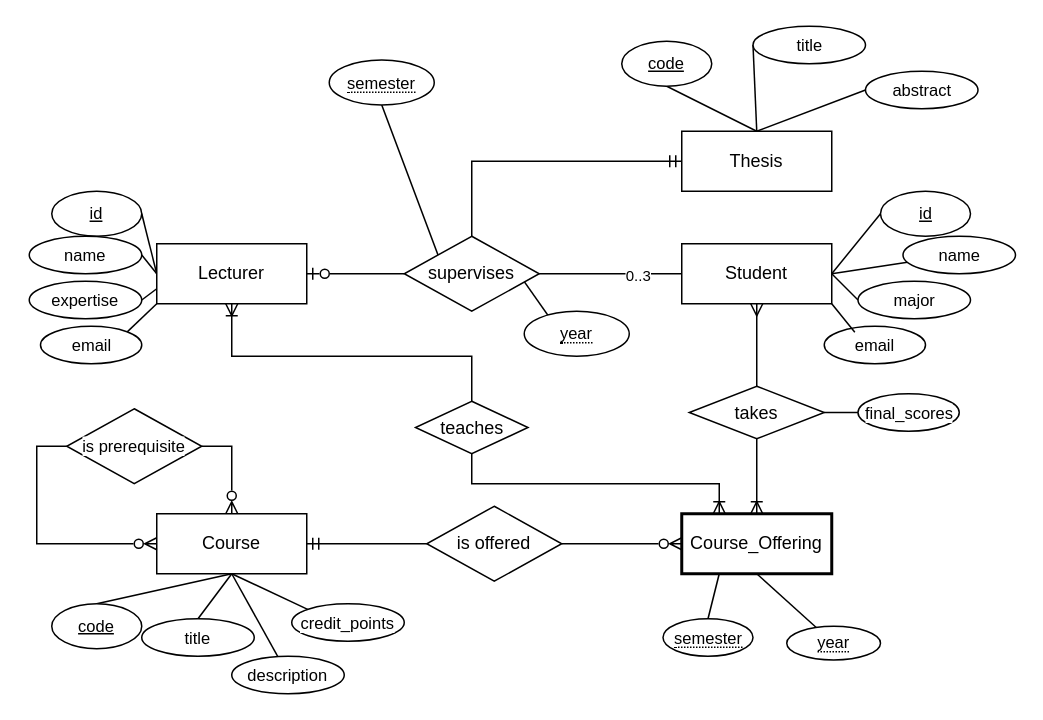
The draw.io diagram ERD/A3-Quiz2-ERD1.drawio in tuanrmit/ISYS3414, before the edit. Source tidied: cells renumbered, new cells numbered last; positions are measured from the earlier drawing's top-left corner, leaving out a move shared by most shapes. Both pictures are drawn from the tidied source at 150%, with x=0, y=0 at pixel (28, 26).
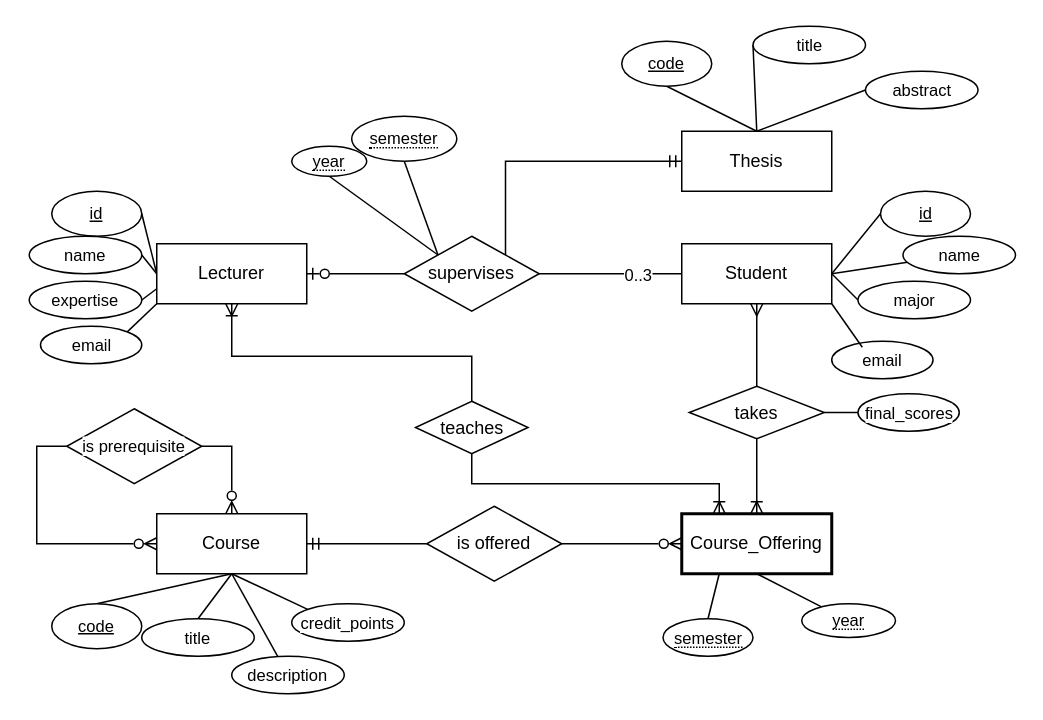
Above is the later version.

Unchanged cells that the change refers to:
```xml
<mxCell id="40" style="edgeStyle=none;shape=connector;rounded=0;jettySize=auto;html=1;entryX=0;entryY=0.5;entryDx=0;entryDy=0;strokeColor=default;align=center;verticalAlign=middle;fontFamily=Helvetica;fontSize=11;fontColor=default;labelBackgroundColor=default;endArrow=none;endFill=0;" parent="1" edge="1" source="44" target="13">
  <mxGeometry relative="1" as="geometry" />
</mxCell>
<mxCell id="44" value="supervises" style="shape=rhombus;perimeter=rhombusPerimeter;whiteSpace=wrap;html=1;align=center;" parent="1" vertex="1">
  <mxGeometry x="250" y="140" width="90" height="50" as="geometry" />
</mxCell>
<mxCell id="50" value="Thesis" style="whiteSpace=wrap;html=1;align=center;" parent="1" vertex="1">
  <mxGeometry x="435" y="70" width="100" height="40" as="geometry" />
</mxCell>
```

Diff of the diagram source:
```diff
@@
     <mxCell id="36" value="&lt;span style=&quot;border-bottom: 1px dotted&quot;&gt;year&lt;/span&gt;" style="ellipse;whiteSpace=wrap;html=1;align=center;fontFamily=Helvetica;fontSize=11;fontColor=default;labelBackgroundColor=default;" parent="1" vertex="1">
-      <mxGeometry x="505" y="400" width="62.5" height="22.5" as="geometry" />
+      <mxGeometry x="515" y="385" width="62.5" height="22.5" as="geometry" />
     </mxCell>
@@
-    <mxCell id="41" value="&lt;font&gt;0..3&lt;/font&gt;" style="edgeLabel;html=1;align=center;verticalAlign=middle;fontFamily=Helvetica;fontSize=10;fontColor=default;labelBackgroundColor=default;" parent="40" vertex="1">
+    <mxCell id="41" value="&lt;font&gt;0..3&lt;/font&gt;" style="edgeLabel;html=1;align=center;verticalAlign=middle;fontFamily=Helvetica;fontSize=11;fontColor=default;labelBackgroundColor=default;" parent="40" vertex="1">
       <mxGeometry x="0.71" y="-1" relative="1" as="geometry">
         <mxPoint x="-16" y="-1" as="offset" />
       </mxGeometry>
     </mxCell>
@@
-    <mxCell id="43" style="edgeStyle=none;shape=connector;rounded=0;jettySize=auto;html=1;exitX=1;exitY=0;exitDx=0;exitDy=0;entryX=0.5;entryY=1;entryDx=0;entryDy=0;strokeColor=default;align=center;verticalAlign=middle;fontFamily=Helvetica;fontSize=11;fontColor=default;labelBackgroundColor=default;endArrow=none;endFill=0;" parent="1" edge="1" source="44" target="46">
+    <mxCell id="43" style="edgeStyle=none;shape=connector;rounded=0;jettySize=auto;html=1;exitX=0;exitY=0;exitDx=0;exitDy=0;entryX=0.5;entryY=1;entryDx=0;entryDy=0;strokeColor=default;align=center;verticalAlign=middle;fontFamily=Helvetica;fontSize=11;fontColor=default;labelBackgroundColor=default;endArrow=none;endFill=0;" parent="1" edge="1" source="44" target="46">
       <mxGeometry relative="1" as="geometry" />
     </mxCell>
@@
     <mxCell id="45" value="&lt;span style=&quot;border-bottom: 1px dotted&quot;&gt;semester&lt;/span&gt;" style="ellipse;whiteSpace=wrap;html=1;align=center;fontFamily=Helvetica;fontSize=11;fontColor=default;labelBackgroundColor=default;" parent="1" vertex="1">
-      <mxGeometry x="200" y="22.5" width="70" height="30" as="geometry" />
+      <mxGeometry x="215" y="60" width="70" height="30" as="geometry" />
     </mxCell>
     <mxCell id="46" value="&lt;span style=&quot;border-bottom: 1px dotted&quot;&gt;year&lt;/span&gt;" style="ellipse;whiteSpace=wrap;html=1;align=center;fontFamily=Helvetica;fontSize=11;fontColor=default;labelBackgroundColor=default;" parent="1" vertex="1">
-      <mxGeometry x="330" y="190" width="70" height="30" as="geometry" />
+      <mxGeometry x="175" y="80" width="50" height="20" as="geometry" />
     </mxCell>
-    <mxCell id="47" style="edgeStyle=orthogonalEdgeStyle;shape=connector;rounded=0;jettySize=auto;html=1;exitX=0;exitY=0.5;exitDx=0;exitDy=0;entryX=0.5;entryY=0;entryDx=0;entryDy=0;strokeColor=default;align=center;verticalAlign=middle;fontFamily=Helvetica;fontSize=11;fontColor=default;labelBackgroundColor=default;endArrow=none;endFill=0;startArrow=ERmandOne;startFill=0;" parent="1" edge="1" source="50" target="44">
+    <mxCell id="47" style="edgeStyle=orthogonalEdgeStyle;shape=connector;rounded=0;jettySize=auto;html=1;exitX=0;exitY=0.5;exitDx=0;exitDy=0;entryX=1;entryY=0;entryDx=0;entryDy=0;strokeColor=default;align=center;verticalAlign=middle;fontFamily=Helvetica;fontSize=11;fontColor=default;labelBackgroundColor=default;endArrow=none;endFill=0;startArrow=ERmandOne;startFill=0;" parent="1" edge="1" source="50" target="44">
       <mxGeometry relative="1" as="geometry" />
     </mxCell>
@@
     <mxCell id="62" value="email" style="ellipse;whiteSpace=wrap;html=1;align=center;fontFamily=Helvetica;fontSize=11;fontColor=default;labelBackgroundColor=default;" parent="1" vertex="1">
-      <mxGeometry x="530" y="200" width="67.5" height="25" as="geometry" />
+      <mxGeometry x="535" y="210" width="67.5" height="25" as="geometry" />
     </mxCell>
```
